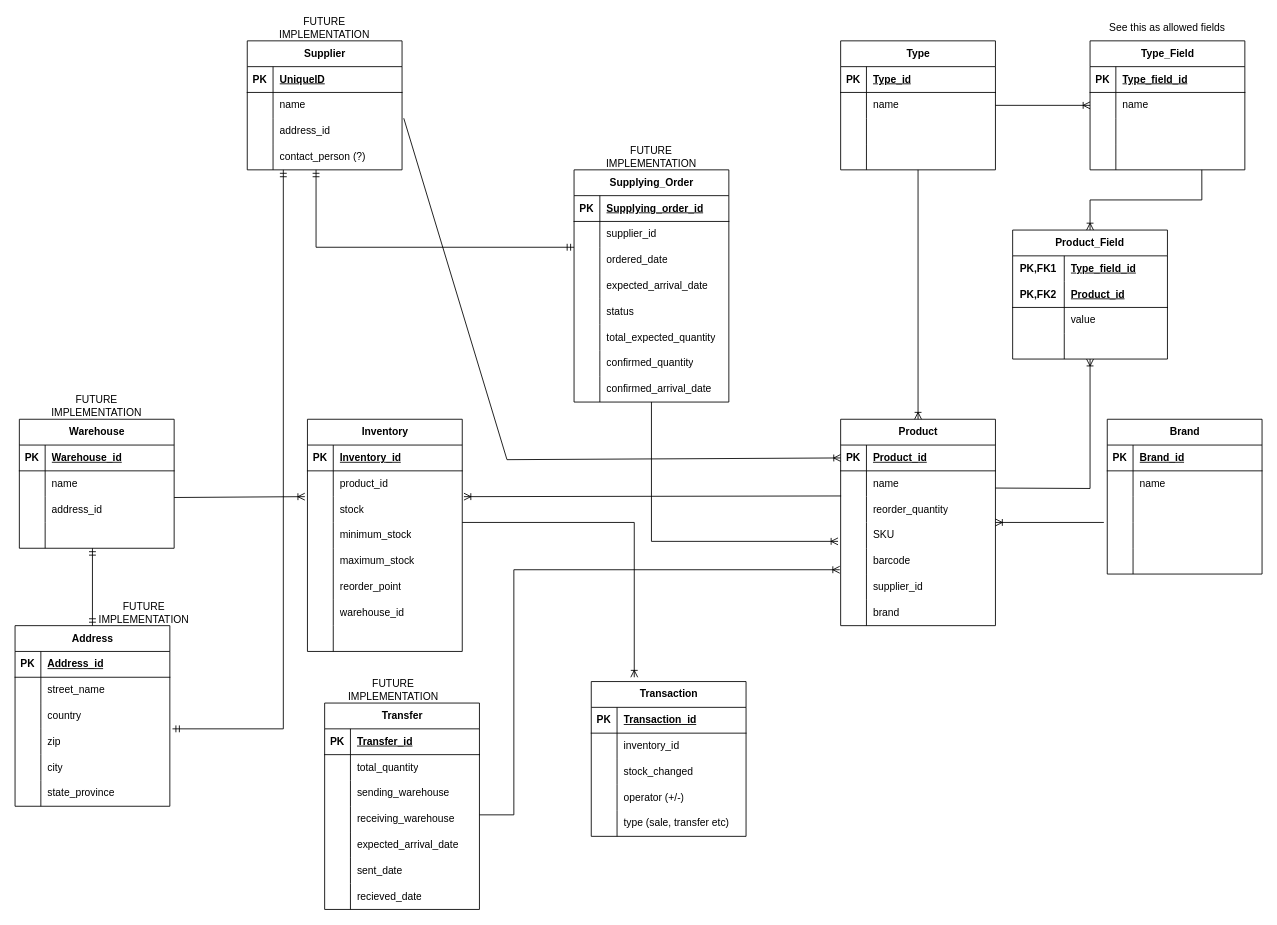
mathiassondergaard/Itemizer keeps this draw.io diagram as Backend/documentation/Final sketch of ER Diagram.drawio. Above is the earlier version. Source tidied: cells renumbered, new cells numbered last; positions are measured from the earlier drawing's top-left corner, leaving out a move shared by most shapes. Both pictures are drawn from the tidied source at 86%, with x=0, y=0 at pixel (15, 15).
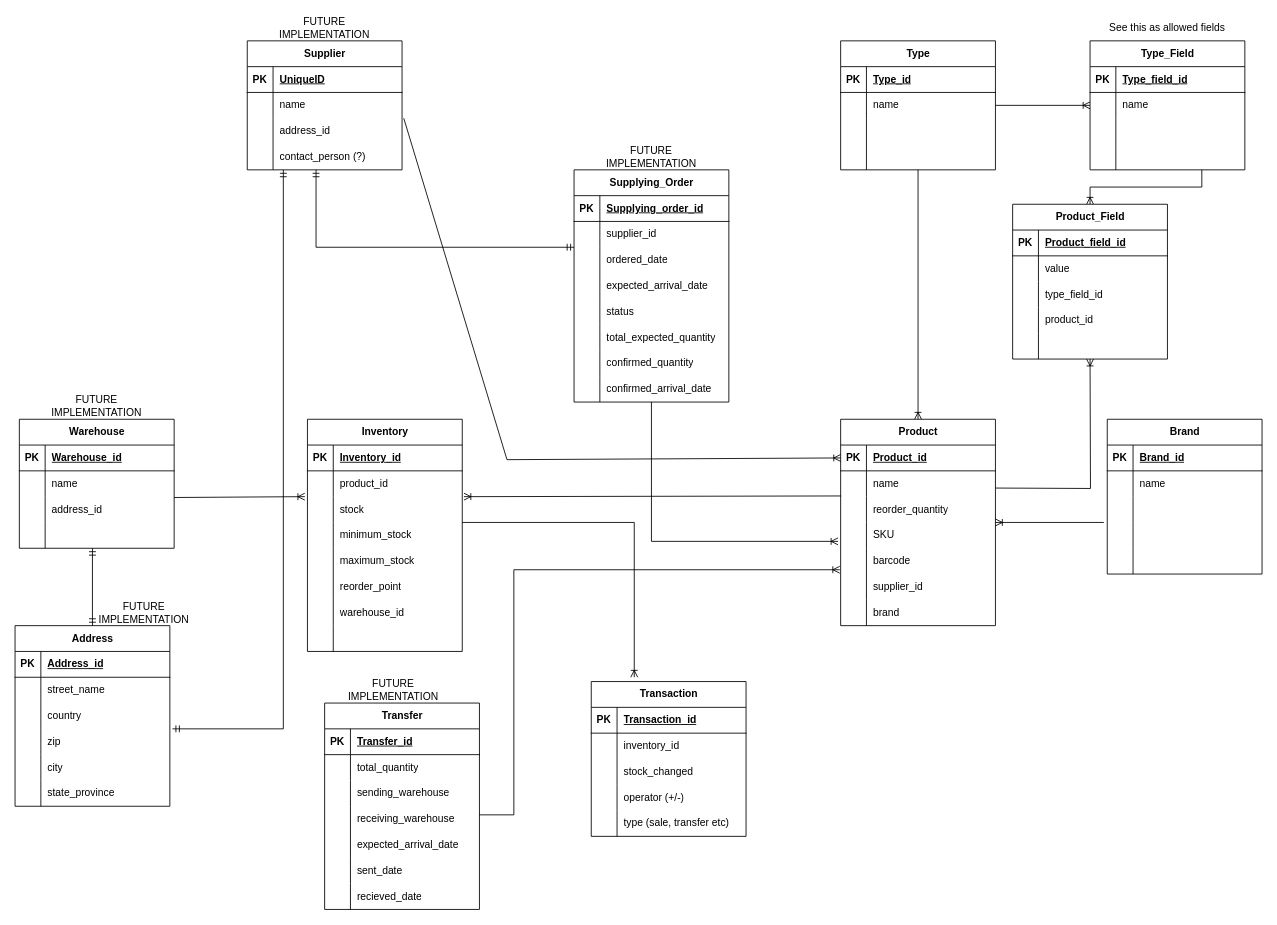
The same page after the edit.

Commit message (it also covers changes not shown here):
Updated ER Diagram and implemented Strongly Typed Identifiers

Unchanged cells that the change refers to:
```xml
<mxCell id="211" style="shape=tableRow;horizontal=0;startSize=0;swimlaneHead=0;swimlaneBody=0;fillColor=none;points=[[0,0.5],[1,0.5]];portConstraint=eastwest;top=0;left=0;right=0;bottom=0;" parent="201" vertex="1">
  <mxGeometry y="120" width="180" height="30" as="geometry" />
</mxCell>
```

Diff of the diagram source:
```diff
@@
-    <mxCell id="216" value="Product_Field" style="shape=table;startSize=30;childLayout=tableLayout;rowLines=0;fontStyle=1;align=center;html=1;whiteSpace=wrap;" parent="1" vertex="1">
-      <mxGeometry x="1160" y="250" width="180" height="150" as="geometry" />
-    </mxCell>
-    <mxCell id="217" style="shape=tableRow;horizontal=0;startSize=0;swimlaneHead=0;swimlaneBody=0;fillColor=none;top=0;left=0;right=0;bottom=0;html=1;" parent="216" vertex="1">
-      <mxGeometry y="30" width="180" height="30" as="geometry" />
-    </mxCell>
-    <mxCell id="218" value="PK,FK1" style="shape=partialRectangle;fillColor=none;top=0;left=0;bottom=0;right=0;fontStyle=1;overflow=hidden;html=1;whiteSpace=wrap;" parent="217" vertex="1">
-      <mxGeometry width="60" height="30" as="geometry" />
-    </mxCell>
-    <mxCell id="219" value="Type_field_id" style="shape=partialRectangle;fillColor=none;top=0;left=0;bottom=0;right=0;align=left;spacingLeft=6;fontStyle=5;overflow=hidden;html=1;whiteSpace=wrap;" parent="217" vertex="1">
-      <mxGeometry x="60" width="120" height="30" as="geometry" />
-    </mxCell>
-    <mxCell id="220" style="shape=tableRow;horizontal=0;startSize=0;swimlaneHead=0;swimlaneBody=0;fillColor=none;top=0;left=0;right=0;bottom=1;html=1;" parent="216" vertex="1">
-      <mxGeometry y="60" width="180" height="30" as="geometry" />
-    </mxCell>
-    <mxCell id="221" value="PK,FK2" style="shape=partialRectangle;fillColor=none;top=0;left=0;bottom=0;right=0;fontStyle=1;overflow=hidden;html=1;whiteSpace=wrap;" parent="220" vertex="1">
-      <mxGeometry width="60" height="30" as="geometry" />
-    </mxCell>
-    <mxCell id="222" value="Product_id" style="shape=partialRectangle;fillColor=none;top=0;left=0;bottom=0;right=0;align=left;spacingLeft=6;fontStyle=5;overflow=hidden;html=1;whiteSpace=wrap;" parent="220" vertex="1">
-      <mxGeometry x="60" width="120" height="30" as="geometry" />
-    </mxCell>
-    <mxCell id="223" style="shape=tableRow;horizontal=0;startSize=0;swimlaneHead=0;swimlaneBody=0;fillColor=none;top=0;left=0;right=0;bottom=0;html=1;" parent="216" vertex="1">
-      <mxGeometry y="90" width="180" height="30" as="geometry" />
-    </mxCell>
-    <mxCell id="224" style="shape=partialRectangle;fillColor=none;top=0;left=0;bottom=0;right=0;overflow=hidden;html=1;whiteSpace=wrap;" parent="223" vertex="1">
-      <mxGeometry width="60" height="30" as="geometry" />
-    </mxCell>
-    <mxCell id="225" value="value" style="shape=partialRectangle;fillColor=none;top=0;left=0;bottom=0;right=0;align=left;spacingLeft=6;overflow=hidden;html=1;whiteSpace=wrap;" parent="223" vertex="1">
-      <mxGeometry x="60" width="120" height="30" as="geometry" />
-    </mxCell>
-    <mxCell id="226" style="shape=tableRow;horizontal=0;startSize=0;swimlaneHead=0;swimlaneBody=0;fillColor=none;top=0;left=0;right=0;bottom=0;html=1;" parent="216" vertex="1">
-      <mxGeometry y="120" width="180" height="30" as="geometry" />
-    </mxCell>
-    <mxCell id="227" style="shape=partialRectangle;fillColor=none;top=0;left=0;bottom=0;right=0;overflow=hidden;html=1;whiteSpace=wrap;" parent="226" vertex="1">
-      <mxGeometry width="60" height="30" as="geometry" />
-    </mxCell>
-    <mxCell id="228" style="shape=partialRectangle;fillColor=none;top=0;left=0;bottom=0;right=0;align=left;spacingLeft=6;overflow=hidden;html=1;whiteSpace=wrap;" parent="226" vertex="1">
-      <mxGeometry x="60" width="120" height="30" as="geometry" />
-    </mxCell>
-    <mxCell id="229" style="edgeStyle=orthogonalEdgeStyle;fontSize=12;html=1;endArrow=ERoneToMany;rounded=0;entryX=0.5;entryY=1;entryDx=0;entryDy=0;" parent="1" edge="1" target="216">
+    <mxCell id="229" style="edgeStyle=orthogonalEdgeStyle;fontSize=12;html=1;endArrow=ERoneToMany;rounded=0;entryX=0.5;entryY=1;entryDx=0;entryDy=0;" parent="1" edge="1">
       <mxGeometry relative="1" as="geometry">
         <mxPoint x="1140" y="550" as="sourcePoint" />
+        <mxPoint x="1250" y="400" as="targetPoint" />
       </mxGeometry>
     </mxCell>
-    <mxCell id="230" style="edgeStyle=orthogonalEdgeStyle;fontSize=12;html=1;endArrow=ERoneToMany;rounded=0;entryX=0.5;entryY=0;entryDx=0;entryDy=0;exitX=0.722;exitY=1;exitDx=0;exitDy=0;exitPerimeter=0;" parent="1" edge="1" source="211" target="216">
+    <mxCell id="230" style="edgeStyle=orthogonalEdgeStyle;fontSize=12;html=1;endArrow=ERoneToMany;rounded=0;exitX=0.722;exitY=1;exitDx=0;exitDy=0;exitPerimeter=0;entryX=0.5;entryY=0;entryDx=0;entryDy=0;" parent="1" edge="1" source="211" target="216">
       <mxGeometry relative="1" as="geometry" />
     </mxCell>
@@
+    <mxCell id="216" value="&lt;div&gt;Product_Field&lt;/div&gt;" style="shape=table;startSize=30;childLayout=tableLayout;rowLines=0;fontStyle=1;align=center;html=1;" parent="1" vertex="1">
+      <mxGeometry x="1160" y="220" width="180" height="180" as="geometry" />
+    </mxCell>
+    <mxCell id="232" style="shape=tableRow;horizontal=0;startSize=0;swimlaneHead=0;swimlaneBody=0;fillColor=none;top=0;left=0;right=0;bottom=1;" parent="216" vertex="1">
+      <mxGeometry y="30" width="180" height="30" as="geometry" />
+    </mxCell>
+    <mxCell id="233" value="PK" style="shape=partialRectangle;fillColor=none;top=0;left=0;bottom=0;right=0;fontStyle=1;overflow=hidden;whiteSpace=wrap;html=1;" parent="232" vertex="1">
+      <mxGeometry width="30" height="30" as="geometry" />
+    </mxCell>
+    <mxCell id="234" value="Product_field_id" style="shape=partialRectangle;fillColor=none;top=0;left=0;bottom=0;right=0;align=left;spacingLeft=6;fontStyle=5;overflow=hidden;whiteSpace=wrap;html=1;" parent="232" vertex="1">
+      <mxGeometry x="30" width="150" height="30" as="geometry" />
+    </mxCell>
+    <mxCell id="235" style="shape=tableRow;horizontal=0;startSize=0;swimlaneHead=0;swimlaneBody=0;fillColor=none;top=0;left=0;right=0;bottom=0;" parent="216" vertex="1">
+      <mxGeometry y="60" width="180" height="30" as="geometry" />
+    </mxCell>
+    <mxCell id="236" style="shape=partialRectangle;fillColor=none;top=0;left=0;bottom=0;right=0;overflow=hidden;whiteSpace=wrap;html=1;" parent="235" vertex="1">
+      <mxGeometry width="30" height="30" as="geometry" />
+    </mxCell>
+    <mxCell id="225" value="value" style="shape=partialRectangle;fillColor=none;top=0;left=0;bottom=0;right=0;align=left;spacingLeft=6;overflow=hidden;whiteSpace=wrap;html=1;" parent="235" vertex="1">
+      <mxGeometry x="30" width="150" height="30" as="geometry" />
+    </mxCell>
+    <mxCell id="237" style="shape=tableRow;horizontal=0;startSize=0;swimlaneHead=0;swimlaneBody=0;fillColor=none;top=0;left=0;right=0;bottom=0;" parent="216" vertex="1">
+      <mxGeometry y="90" width="180" height="30" as="geometry" />
+    </mxCell>
+    <mxCell id="238" style="shape=partialRectangle;fillColor=none;top=0;left=0;bottom=0;right=0;overflow=hidden;whiteSpace=wrap;html=1;" parent="237" vertex="1">
+      <mxGeometry width="30" height="30" as="geometry" />
+    </mxCell>
+    <mxCell id="239" value="&lt;div&gt;type_field_id&lt;/div&gt;" style="shape=partialRectangle;fillColor=none;top=0;left=0;bottom=0;right=0;align=left;spacingLeft=6;overflow=hidden;whiteSpace=wrap;html=1;" parent="237" vertex="1">
+      <mxGeometry x="30" width="150" height="30" as="geometry" />
+    </mxCell>
+    <mxCell id="240" style="shape=tableRow;horizontal=0;startSize=0;swimlaneHead=0;swimlaneBody=0;fillColor=none;top=0;left=0;right=0;bottom=0;" parent="216" vertex="1">
+      <mxGeometry y="120" width="180" height="30" as="geometry" />
+    </mxCell>
+    <mxCell id="241" style="shape=partialRectangle;fillColor=none;top=0;left=0;bottom=0;right=0;overflow=hidden;whiteSpace=wrap;html=1;" parent="240" vertex="1">
+      <mxGeometry width="30" height="30" as="geometry" />
+    </mxCell>
+    <mxCell id="242" value="product_id" style="shape=partialRectangle;fillColor=none;top=0;left=0;bottom=0;right=0;align=left;spacingLeft=6;overflow=hidden;whiteSpace=wrap;html=1;" parent="240" vertex="1">
+      <mxGeometry x="30" width="150" height="30" as="geometry" />
+    </mxCell>
+    <mxCell id="243" style="shape=tableRow;horizontal=0;startSize=0;swimlaneHead=0;swimlaneBody=0;fillColor=none;top=0;left=0;right=0;bottom=0;" parent="216" vertex="1">
+      <mxGeometry y="150" width="180" height="30" as="geometry" />
+    </mxCell>
+    <mxCell id="244" style="shape=partialRectangle;fillColor=none;top=0;left=0;bottom=0;right=0;overflow=hidden;whiteSpace=wrap;html=1;" parent="243" vertex="1">
+      <mxGeometry width="30" height="30" as="geometry" />
+    </mxCell>
+    <mxCell id="245" style="shape=partialRectangle;fillColor=none;top=0;left=0;bottom=0;right=0;align=left;spacingLeft=6;overflow=hidden;whiteSpace=wrap;html=1;" parent="243" vertex="1">
+      <mxGeometry x="30" width="150" height="30" as="geometry" />
+    </mxCell>
```
